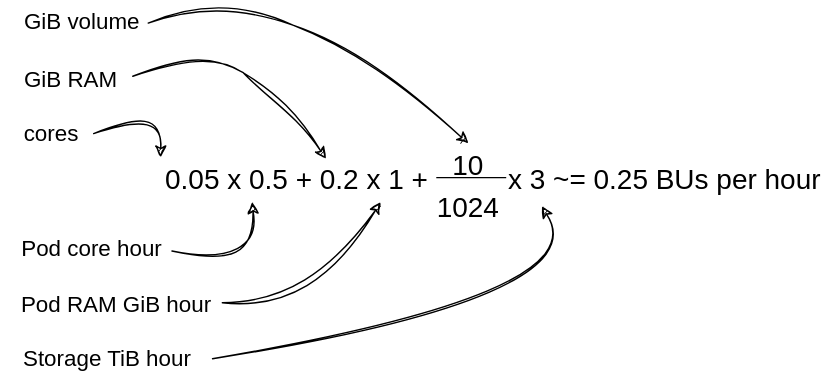
This is docs/cloud/rahti/images/Rahti1Requests.drawio.svg from CSCfi/csc-user-guide, a draw.io export, as it was before one commit. Source tidied: cells renumbered, new cells last; positions are measured from the earlier drawing's top-left corner, leaving out a move shared by most shapes.
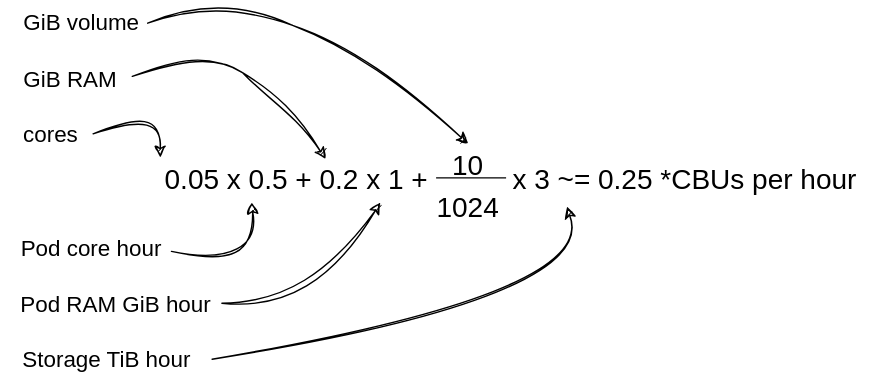
After the commit.

Diff of the diagram source:
```diff
@@ -27,8 +27,8 @@
         </Array>
       </mxGeometry>
     </mxCell>
-    <mxCell id="7" value="&lt;font style=&quot;font-size: 20px;&quot;&gt;x 3 ~= 0.25 BUs per hour&lt;br&gt;&lt;/font&gt;" style="text;html=1;align=center;verticalAlign=middle;points=[];strokeColor=none;fillColor=none;" parent="1" vertex="1">
-      <mxGeometry x="349" y="114" width="250" height="40" as="geometry" />
+    <mxCell id="7" value="&lt;div style=&quot;&quot;&gt;&lt;span style=&quot;font-size: 20px; background-color: initial;&quot;&gt;x 3 ~= 0.25 *CBUs per hour&lt;/span&gt;&lt;/div&gt;" style="text;html=1;align=left;verticalAlign=middle;points=[];strokeColor=none;fillColor=none;" parent="1" vertex="1">
+      <mxGeometry x="364" y="114" width="270" height="40" as="geometry" />
     </mxCell>
     <mxCell id="8" value="&lt;font style=&quot;font-size: 16px;&quot;&gt;cores&lt;/font&gt;" style="text;html=1;align=center;verticalAlign=middle;whiteSpace=wrap;rounded=0;" parent="1" vertex="1">
       <mxGeometry x="6" y="87" width="60" height="30" as="geometry" />
```
